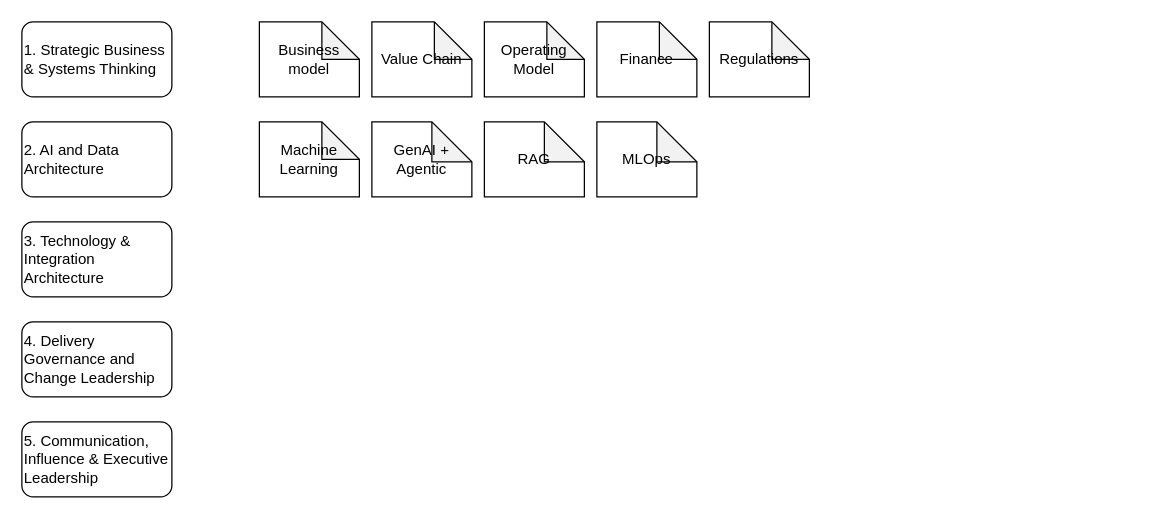
Before: assets/E_A_Skillsets.drawio in knaidoo/github-slideshow, a draw.io diagram. Source tidied: cells renumbered, new cells numbered last; positions are measured from the earlier drawing's top-left corner, leaving out a move shared by most shapes. Both pictures are drawn from the tidied source at 125%, with x=0, y=0 at pixel (21, 21).
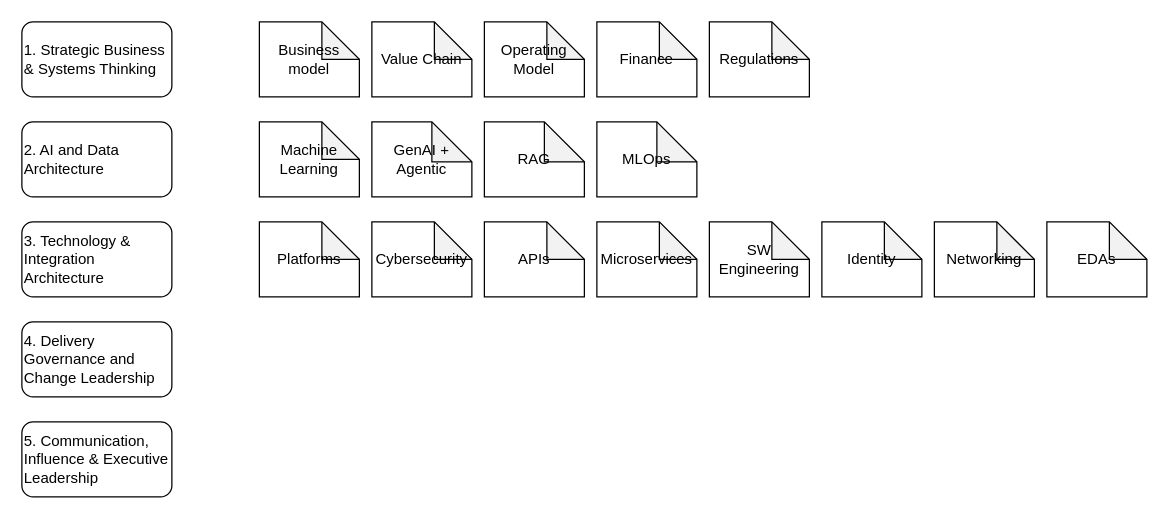
The same diagram, later.

Change to the diagram source:
```diff
@@
+    <mxCell id="16" value="Platforms" style="shape=note;whiteSpace=wrap;html=1;backgroundOutline=1;darkOpacity=0.05;" parent="1" vertex="1">
+      <mxGeometry x="190" y="160" width="80" height="60" as="geometry" />
+    </mxCell>
+    <mxCell id="17" value="Cybersecurity" style="shape=note;whiteSpace=wrap;html=1;backgroundOutline=1;darkOpacity=0.05;" parent="1" vertex="1">
+      <mxGeometry x="280" y="160" width="80" height="60" as="geometry" />
+    </mxCell>
+    <mxCell id="18" value="APIs" style="shape=note;whiteSpace=wrap;html=1;backgroundOutline=1;darkOpacity=0.05;" parent="1" vertex="1">
+      <mxGeometry x="370" y="160" width="80" height="60" as="geometry" />
+    </mxCell>
+    <mxCell id="19" value="Microservices" style="shape=note;whiteSpace=wrap;html=1;backgroundOutline=1;darkOpacity=0.05;" parent="1" vertex="1">
+      <mxGeometry x="460" y="160" width="80" height="60" as="geometry" />
+    </mxCell>
+    <mxCell id="20" value="SW&lt;br&gt;Engineering" style="shape=note;whiteSpace=wrap;html=1;backgroundOutline=1;darkOpacity=0.05;" parent="1" vertex="1">
+      <mxGeometry x="550" y="160" width="80" height="60" as="geometry" />
+    </mxCell>
+    <mxCell id="21" value="Identity" style="shape=note;whiteSpace=wrap;html=1;backgroundOutline=1;darkOpacity=0.05;" parent="1" vertex="1">
+      <mxGeometry x="640" y="160" width="80" height="60" as="geometry" />
+    </mxCell>
+    <mxCell id="22" value="Networking" style="shape=note;whiteSpace=wrap;html=1;backgroundOutline=1;darkOpacity=0.05;" parent="1" vertex="1">
+      <mxGeometry x="730" y="160" width="80" height="60" as="geometry" />
+    </mxCell>
+    <mxCell id="23" value="EDAs" style="shape=note;whiteSpace=wrap;html=1;backgroundOutline=1;darkOpacity=0.05;" parent="1" vertex="1">
+      <mxGeometry x="820" y="160" width="80" height="60" as="geometry" />
+    </mxCell>
```
